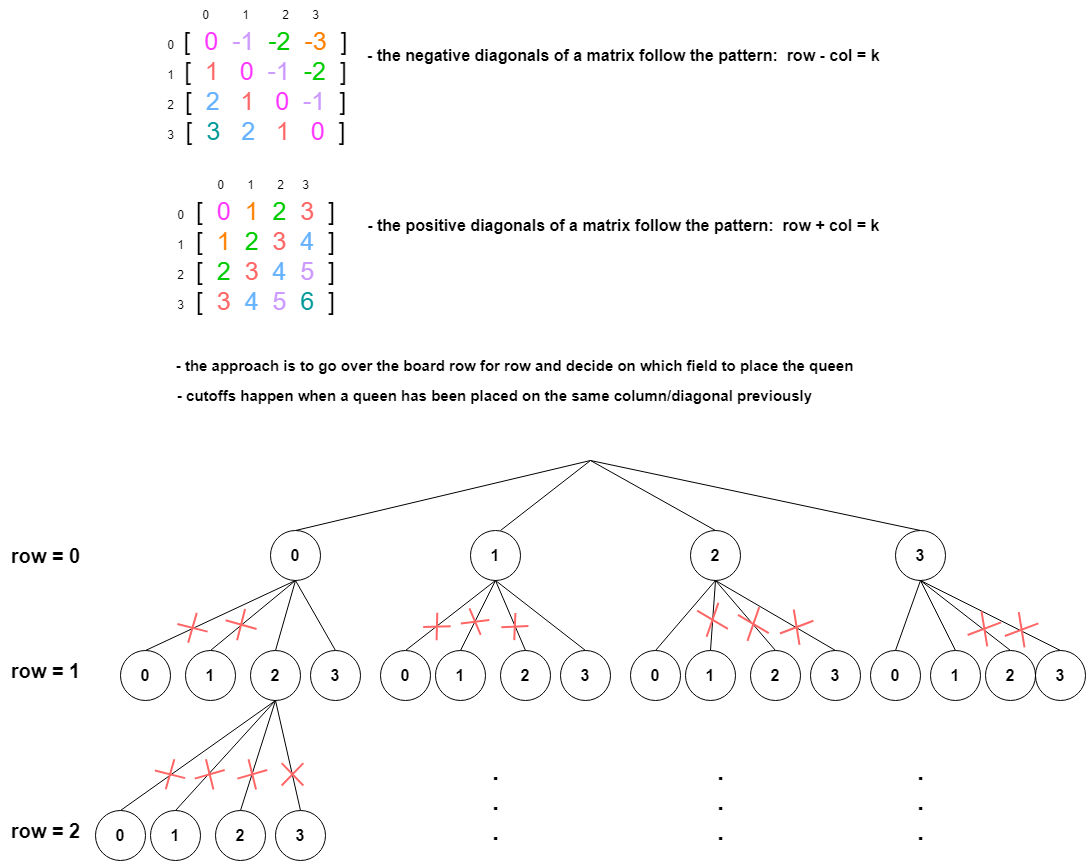
Before: Python3/img/NQueens.png, a diagram exported from draw.io (ashiven/leetcode-solutions). Source tidied: cells renumbered, new cells last; positions are measured from the earlier drawing's top-left corner, leaving out a move shared by most shapes.
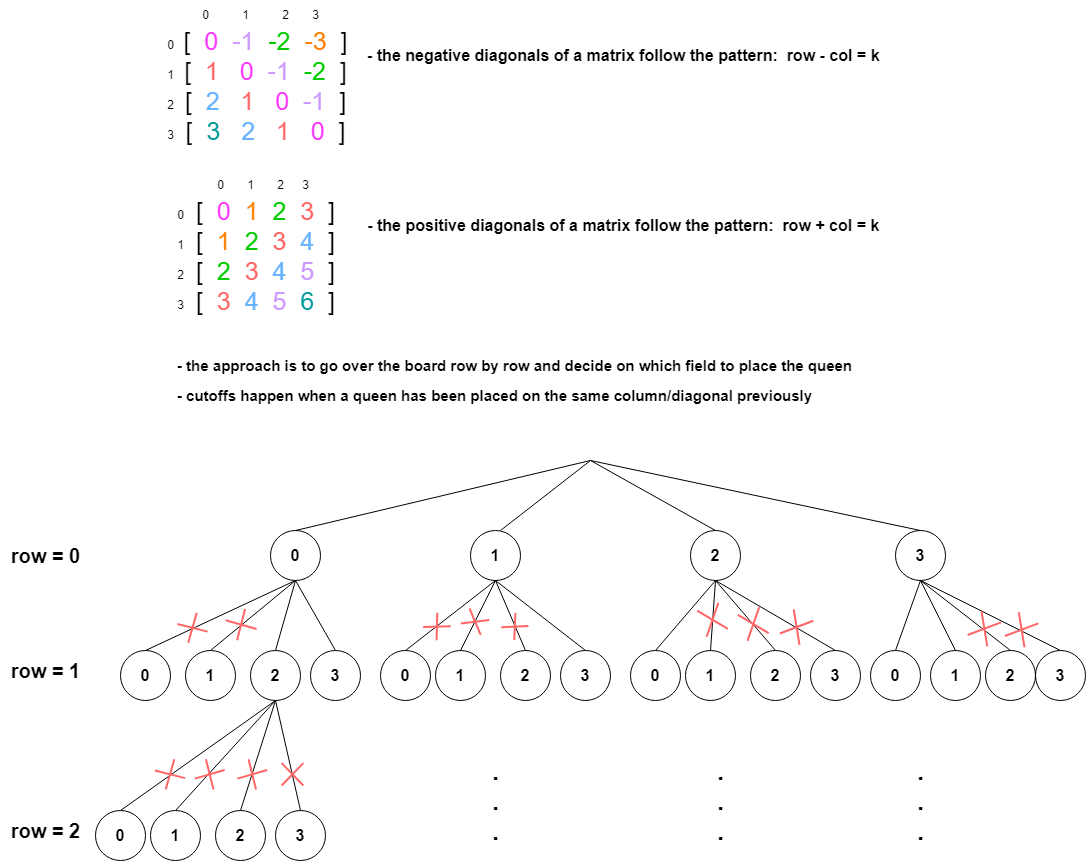
The same diagram one commit later.

The edit, as a diff of the source:
```diff
@@ -62,7 +62,7 @@
     <mxCell id="21" value="3" style="text;html=1;align=center;verticalAlign=middle;strokeColor=none;fillColor=none;fontColor=#000000;" parent="1" vertex="1">
       <mxGeometry x="155" y="120" width="30" height="30" as="geometry" />
     </mxCell>
-    <mxCell id="22" value="- the approach is to go over the board row for row and decide on which field to place the queen" style="text;html=1;align=center;verticalAlign=middle;strokeColor=none;fillColor=none;fontSize=15;fontStyle=1;" parent="1" vertex="1">
+    <mxCell id="22" value="- the approach is to go over the board row by row and decide on which field to place the queen" style="text;html=1;align=center;verticalAlign=middle;strokeColor=none;fillColor=none;fontSize=15;fontStyle=1;" parent="1" vertex="1">
       <mxGeometry x="164.3" y="350" width="700" height="30" as="geometry" />
     </mxCell>
     <mxCell id="23" value="- cutoffs happen when a queen has been placed on the same column/diagonal previously" style="text;html=1;align=center;verticalAlign=middle;strokeColor=none;fillColor=none;fontSize=15;fontStyle=1;" parent="1" vertex="1">
```
